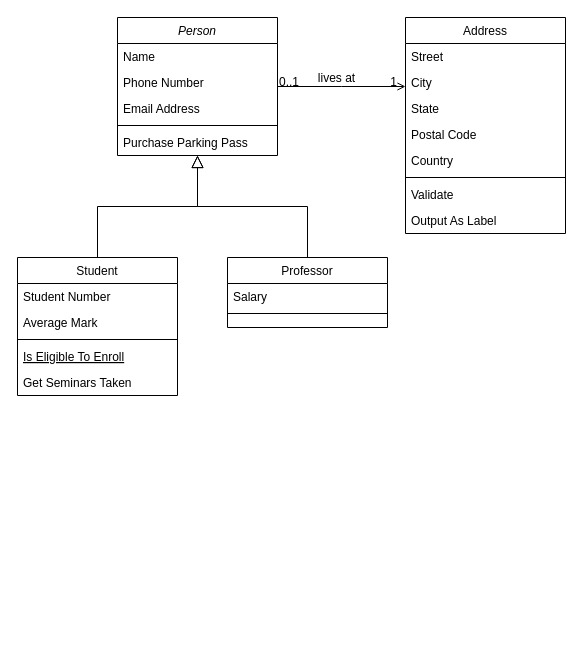
Earlier version of the draw.io diagram class diagram.drawio (442201338layannasser/BATATIS). Source tidied: cells renumbered, new cells numbered last; positions are measured from the earlier drawing's top-left corner, leaving out a move shared by most shapes. Both pictures are drawn from the tidied source at 100%, with x=0, y=0 at pixel (17, 17).
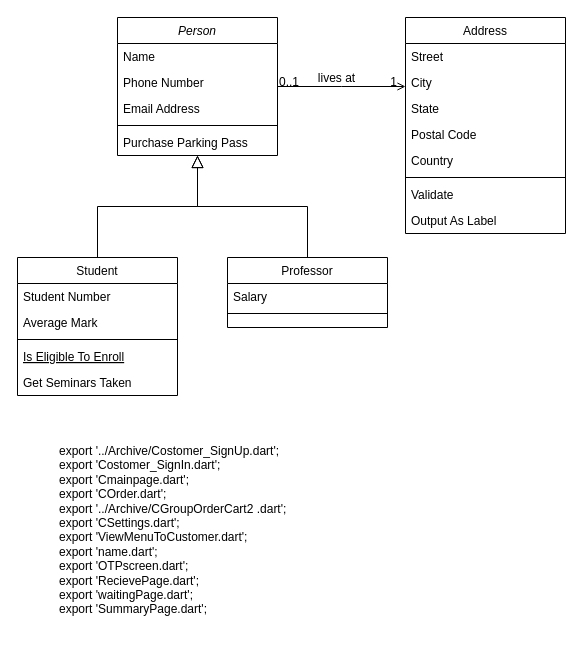
The same page after the edit.

Change to the diagram source:
```diff
@@
+    <mxCell id="32" value="export '../Archive/Costomer_SignUp.dart';&#10;export 'Costomer_SignIn.dart';&#10;export 'Cmainpage.dart';&#10;export 'COrder.dart';&#10;export '../Archive/CGroupOrderCart2 .dart';&#10;export 'CSettings.dart';&#10;export 'ViewMenuToCustomer.dart';&#10;export 'name.dart';&#10;export 'OTPscreen.dart';&#10;export 'RecievePage.dart';&#10;export 'waitingPage.dart';&#10;export 'SummaryPage.dart';" style="text;whiteSpace=wrap;html=1;" parent="1" vertex="1">
+      <mxGeometry x="40" y="420" width="260" height="200" as="geometry" />
+    </mxCell>
```
